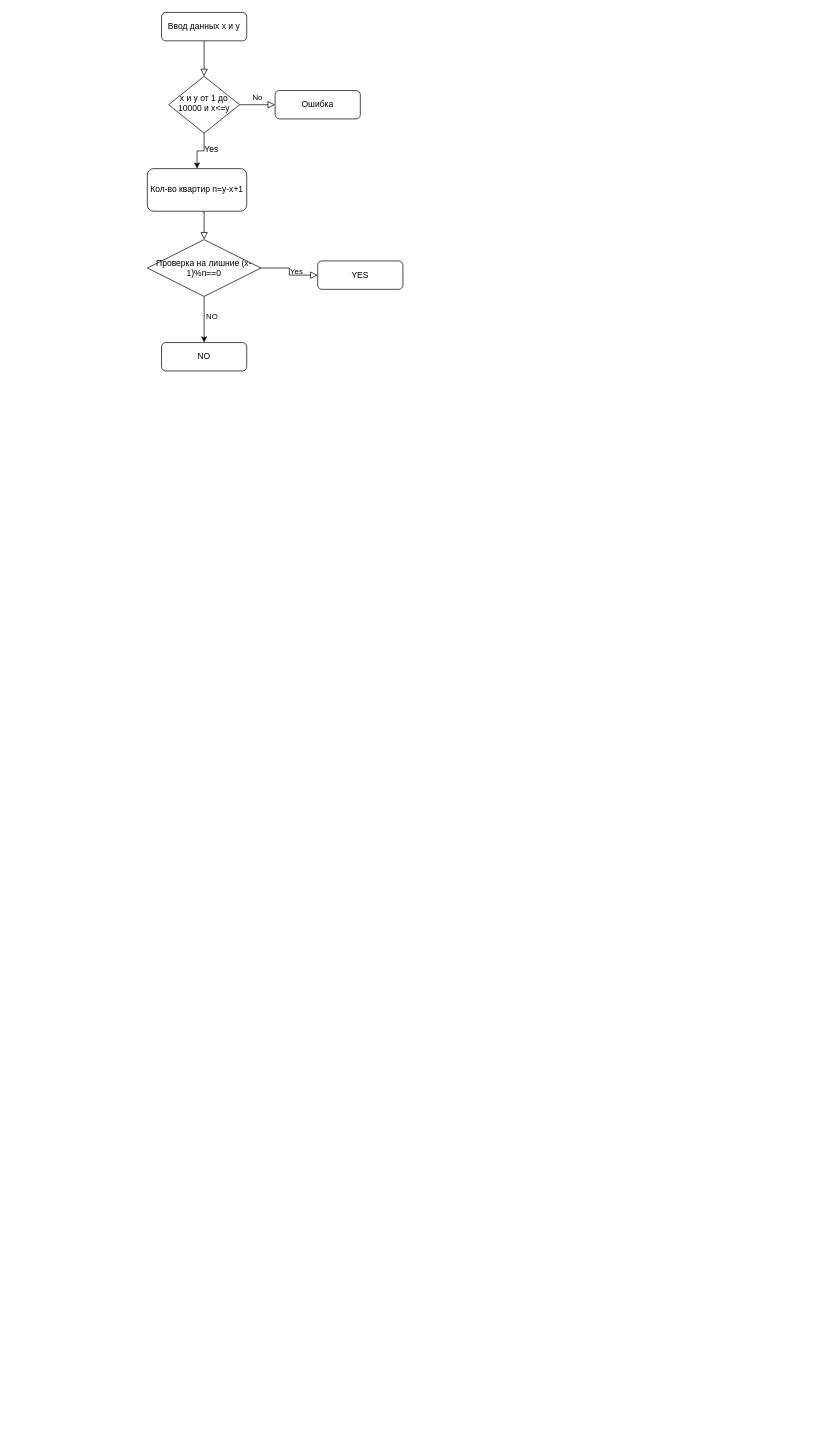
Before: Диаграмма без названия.drawio in DezerMillerW/test-site, a draw.io diagram. Source tidied: cells renumbered, new cells numbered last; positions are measured from the earlier drawing's top-left corner, leaving out a move shared by most shapes. Both pictures are drawn from the tidied source at 71%, with x=0, y=0 at pixel (147, 12).
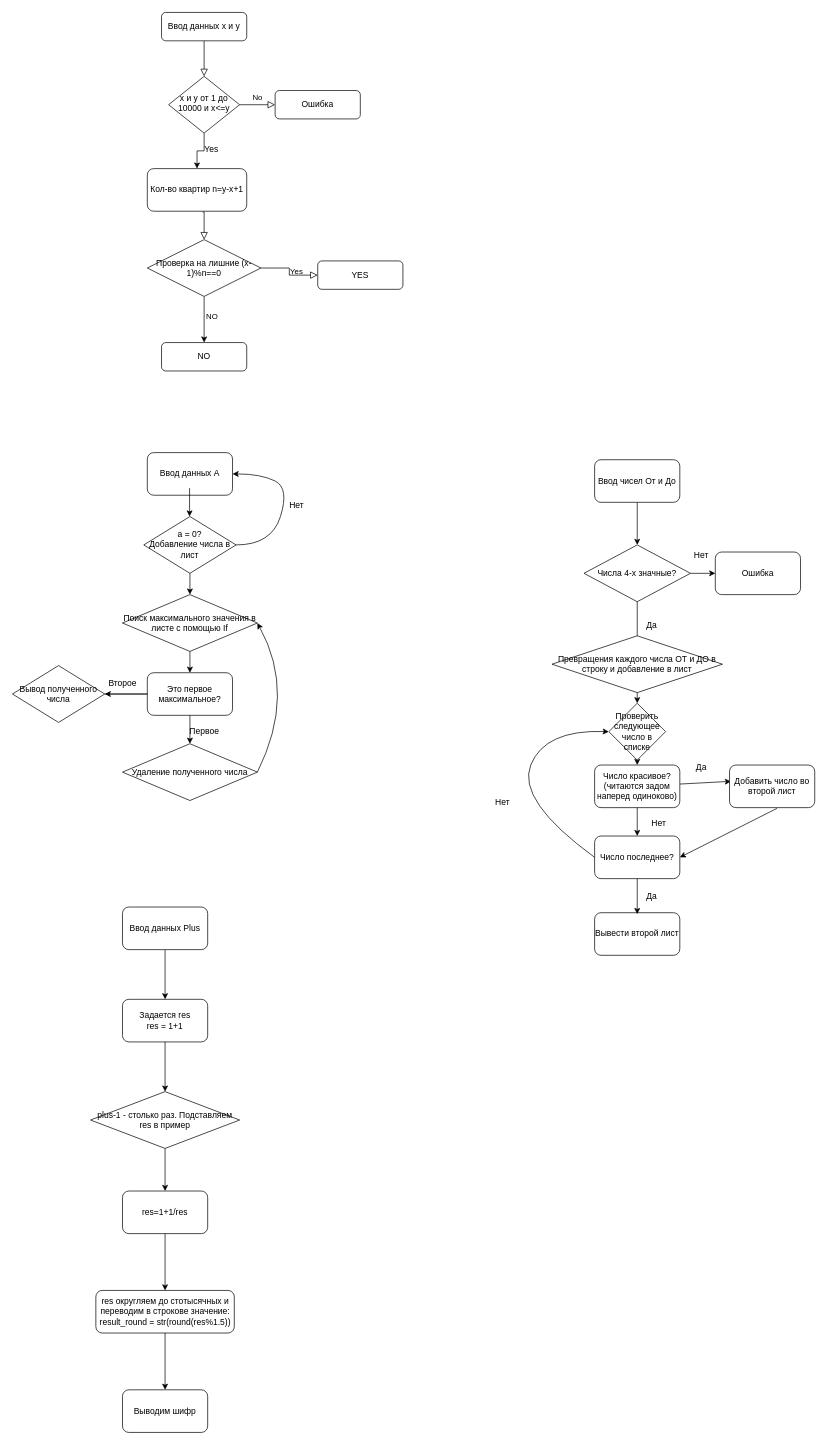
Above is the later version.

The edit, as a diff of the source:
```diff
@@
+    <mxCell id="17" value="Ввод данных А" style="rounded=1;whiteSpace=wrap;html=1;" parent="1" vertex="1">
+      <mxGeometry y="620" width="120" height="60" as="geometry" />
+    </mxCell>
+    <mxCell id="18" value="а = 0?&lt;br&gt;Добавление числа в лист" style="rhombus;whiteSpace=wrap;html=1;" parent="1" vertex="1">
+      <mxGeometry x="-5" y="710" width="130" height="80" as="geometry" />
+    </mxCell>
+    <mxCell id="19" style="curved=1;endArrow=classic;html=1;rounded=0;entryX=1;entryY=0.5;entryDx=0;entryDy=0;" parent="1" edge="1" target="17">
+      <mxGeometry relative="1" as="geometry">
+        <mxPoint x="125" y="750" as="sourcePoint" />
+        <Array as="points">
+          <mxPoint x="175" y="750" />
+          <mxPoint x="200" y="670" />
+          <mxPoint x="160" y="650" />
+        </Array>
+      </mxGeometry>
+    </mxCell>
+    <mxCell id="20" style="endArrow=classic;html=1;rounded=0;" parent="1" edge="1">
+      <mxGeometry relative="1" as="geometry">
+        <mxPoint x="59.5" y="670" as="sourcePoint" />
+        <mxPoint x="59.5" y="710" as="targetPoint" />
+      </mxGeometry>
+    </mxCell>
+    <mxCell id="21" value="Нет" style="text;html=1;align=center;verticalAlign=middle;strokeColor=none;fillColor=none;" parent="1" vertex="1">
+      <mxGeometry x="190" y="680" width="40" height="30" as="geometry" />
+    </mxCell>
+    <mxCell id="22" style="endArrow=classic;html=1;rounded=0;exitX=0.5;exitY=1;exitDx=0;exitDy=0;" parent="1" edge="1" source="18" target="23">
+      <mxGeometry relative="1" as="geometry" />
+    </mxCell>
+    <mxCell id="23" value="Поиск максимального значения в листе с помощью If" style="rhombus;whiteSpace=wrap;html=1;" parent="1" vertex="1">
+      <mxGeometry x="-35" y="820" width="190" height="80" as="geometry" />
+    </mxCell>
+    <mxCell id="24" value="Удаление полученного числа" style="rhombus;whiteSpace=wrap;html=1;" parent="1" vertex="1">
+      <mxGeometry x="-35" y="1030" width="190" height="80" as="geometry" />
+    </mxCell>
+    <mxCell id="25" value="Это первое максимальное?" style="rounded=1;whiteSpace=wrap;html=1;" parent="1" vertex="1">
+      <mxGeometry y="930" width="120" height="60" as="geometry" />
+    </mxCell>
+    <mxCell id="26" style="endArrow=classic;html=1;rounded=0;exitX=0.5;exitY=1;exitDx=0;exitDy=0;entryX=0.5;entryY=0;entryDx=0;entryDy=0;" parent="1" edge="1" source="23" target="25">
+      <mxGeometry relative="1" as="geometry" />
+    </mxCell>
+    <mxCell id="27" style="endArrow=classic;html=1;rounded=0;exitX=0.5;exitY=1;exitDx=0;exitDy=0;entryX=0.5;entryY=0;entryDx=0;entryDy=0;" parent="1" edge="1" source="25" target="24">
+      <mxGeometry relative="1" as="geometry" />
+    </mxCell>
+    <mxCell id="28" style="curved=1;endArrow=classic;html=1;rounded=0;exitX=1;exitY=0.5;exitDx=0;exitDy=0;entryX=1;entryY=0.5;entryDx=0;entryDy=0;" parent="1" edge="1" source="24" target="23">
+      <mxGeometry relative="1" as="geometry">
+        <Array as="points">
+          <mxPoint x="210" y="960" />
+        </Array>
+      </mxGeometry>
+    </mxCell>
+    <mxCell id="29" value="Первое" style="text;html=1;align=center;verticalAlign=middle;strokeColor=none;fillColor=none;" parent="1" vertex="1">
+      <mxGeometry x="45" y="998" width="70" height="30" as="geometry" />
+    </mxCell>
+    <mxCell id="30" value="Вывод полученного числа" style="rhombus;whiteSpace=wrap;html=1;" parent="1" vertex="1">
+      <mxGeometry x="-190" y="920" width="130" height="80" as="geometry" />
+    </mxCell>
+    <mxCell id="31" style="endArrow=classic;html=1;rounded=0;" parent="1" edge="1" source="30">
+      <mxGeometry relative="1" as="geometry">
+        <mxPoint x="-60" y="960" as="targetPoint" />
+        <Array as="points">
+          <mxPoint y="960" />
+        </Array>
+      </mxGeometry>
+    </mxCell>
+    <mxCell id="32" value="Ввод чисел От и До" style="rounded=1;whiteSpace=wrap;html=1;" parent="1" vertex="1">
+      <mxGeometry x="630" y="630" width="120" height="60" as="geometry" />
+    </mxCell>
+    <mxCell id="33" style="endArrow=classic;html=1;rounded=0;exitX=0.5;exitY=1;exitDx=0;exitDy=0;" parent="1" edge="1" source="32">
+      <mxGeometry relative="1" as="geometry">
+        <mxPoint x="690" y="750" as="targetPoint" />
+      </mxGeometry>
+    </mxCell>
+    <mxCell id="34" style="endArrow=classic;html=1;rounded=0;exitX=1;exitY=0.5;exitDx=0;exitDy=0;" parent="1" edge="1" source="35">
+      <mxGeometry relative="1" as="geometry">
+        <mxPoint x="800" y="790" as="targetPoint" />
+      </mxGeometry>
+    </mxCell>
+    <mxCell id="35" value="Числа 4-х значные?" style="rhombus;whiteSpace=wrap;html=1;" parent="1" vertex="1">
+      <mxGeometry x="615" y="750" width="150" height="80" as="geometry" />
+    </mxCell>
+    <mxCell id="36" style="endArrow=classic;html=1;rounded=0;" parent="1" edge="1" source="35">
+      <mxGeometry relative="1" as="geometry">
+        <mxPoint x="690" y="900.7" as="targetPoint" />
+      </mxGeometry>
+    </mxCell>
+    <mxCell id="37" value="Нет" style="text;html=1;align=center;verticalAlign=middle;strokeColor=none;fillColor=none;" parent="1" vertex="1">
+      <mxGeometry x="760" y="750" width="40" height="30" as="geometry" />
+    </mxCell>
+    <mxCell id="38" value="Да" style="text;html=1;align=center;verticalAlign=middle;strokeColor=none;fillColor=none;" parent="1" vertex="1">
+      <mxGeometry x="690" y="848" width="40" height="30" as="geometry" />
+    </mxCell>
+    <mxCell id="39" value="Ошибка" style="rounded=1;whiteSpace=wrap;html=1;" parent="1" vertex="1">
+      <mxGeometry x="800" y="760" width="120" height="60" as="geometry" />
+    </mxCell>
+    <mxCell id="40" value="Превращения каждого числа ОТ и ДО в строку и добавление в лист" style="rhombus;whiteSpace=wrap;html=1;" parent="1" vertex="1">
+      <mxGeometry x="570" y="878" width="240" height="80" as="geometry" />
+    </mxCell>
+    <mxCell id="41" style="endArrow=classic;html=1;rounded=0;exitX=0.5;exitY=1;exitDx=0;exitDy=0;entryX=0.5;entryY=0;entryDx=0;entryDy=0;" parent="1" edge="1" source="40" target="46">
+      <mxGeometry relative="1" as="geometry" />
+    </mxCell>
+    <mxCell id="42" value="Число красивое?(читаются задом наперед одиноково)" style="rounded=1;whiteSpace=wrap;html=1;" parent="1" vertex="1">
+      <mxGeometry x="630" y="1060" width="120" height="60" as="geometry" />
+    </mxCell>
+    <mxCell id="43" style="endArrow=classic;html=1;rounded=0;entryX=0.017;entryY=0.383;entryDx=0;entryDy=0;entryPerimeter=0;" parent="1" edge="1" source="42" target="44">
+      <mxGeometry relative="1" as="geometry" />
+    </mxCell>
+    <mxCell id="44" value="Добавить число во второй лист" style="rounded=1;whiteSpace=wrap;html=1;" parent="1" vertex="1">
+      <mxGeometry x="820" y="1060" width="120" height="60" as="geometry" />
+    </mxCell>
+    <mxCell id="45" value="Число последнее?" style="rounded=1;whiteSpace=wrap;html=1;" parent="1" vertex="1">
+      <mxGeometry x="630" y="1160" width="120" height="60" as="geometry" />
+    </mxCell>
+    <mxCell id="46" value="Проверить следующее число в списке" style="rhombus;whiteSpace=wrap;html=1;" parent="1" vertex="1">
+      <mxGeometry x="650" y="973" width="80" height="80" as="geometry" />
+    </mxCell>
+    <mxCell id="47" style="endArrow=classic;html=1;rounded=0;exitX=0.558;exitY=1.017;exitDx=0;exitDy=0;exitPerimeter=0;entryX=1;entryY=0.5;entryDx=0;entryDy=0;" parent="1" edge="1" source="44" target="45">
+      <mxGeometry relative="1" as="geometry" />
+    </mxCell>
+    <mxCell id="48" style="endArrow=classic;html=1;rounded=0;exitX=0.5;exitY=1;exitDx=0;exitDy=0;entryX=0.5;entryY=0;entryDx=0;entryDy=0;" parent="1" edge="1" source="42" target="45">
+      <mxGeometry relative="1" as="geometry" />
+    </mxCell>
+    <mxCell id="49" style="curved=1;endArrow=classic;html=1;rounded=0;entryX=0;entryY=0.5;entryDx=0;entryDy=0;exitX=0;exitY=0.5;exitDx=0;exitDy=0;" parent="1" edge="1" source="45" target="46">
+      <mxGeometry relative="1" as="geometry">
+        <Array as="points">
+          <mxPoint x="520" y="1110" />
+          <mxPoint x="560" y="1010" />
+        </Array>
+      </mxGeometry>
+    </mxCell>
+    <mxCell id="50" style="endArrow=classic;html=1;rounded=0;exitX=0.5;exitY=1;exitDx=0;exitDy=0;" parent="1" edge="1" source="46" target="42">
+      <mxGeometry relative="1" as="geometry" />
+    </mxCell>
+    <mxCell id="51" value="Да" style="text;html=1;align=center;verticalAlign=middle;strokeColor=none;fillColor=none;" parent="1" vertex="1">
+      <mxGeometry x="760" y="1048" width="40" height="30" as="geometry" />
+    </mxCell>
+    <mxCell id="52" value="Нет" style="text;html=1;align=center;verticalAlign=middle;strokeColor=none;fillColor=none;" parent="1" vertex="1">
+      <mxGeometry x="700" y="1128" width="40" height="30" as="geometry" />
+    </mxCell>
+    <mxCell id="53" value="Нет" style="text;html=1;align=center;verticalAlign=middle;strokeColor=none;fillColor=none;" parent="1" vertex="1">
+      <mxGeometry x="480" y="1098" width="40" height="30" as="geometry" />
+    </mxCell>
+    <mxCell id="54" value="Да" style="text;html=1;align=center;verticalAlign=middle;strokeColor=none;fillColor=none;" parent="1" vertex="1">
+      <mxGeometry x="690" y="1230" width="40" height="30" as="geometry" />
+    </mxCell>
+    <mxCell id="55" value="Вывести второй лист" style="rounded=1;whiteSpace=wrap;html=1;" parent="1" vertex="1">
+      <mxGeometry x="630" y="1268" width="120" height="60" as="geometry" />
+    </mxCell>
+    <mxCell id="56" style="endArrow=classic;html=1;rounded=0;" parent="1" edge="1" source="45">
+      <mxGeometry relative="1" as="geometry">
+        <mxPoint x="690" y="1270" as="targetPoint" />
+      </mxGeometry>
+    </mxCell>
+    <mxCell id="57" value="Второе" style="text;html=1;align=center;verticalAlign=middle;strokeColor=none;fillColor=none;" parent="1" vertex="1">
+      <mxGeometry x="-65" y="930" width="60" height="30" as="geometry" />
+    </mxCell>
+    <mxCell id="58" style="edgeStyle=orthogonalEdgeStyle;rounded=0;jettySize=auto;html=1;" parent="1" edge="1" source="59" target="61">
+      <mxGeometry relative="1" as="geometry" />
+    </mxCell>
+    <mxCell id="59" value="Ввод данных Plus" style="rounded=1;whiteSpace=wrap;html=1;" parent="1" vertex="1">
+      <mxGeometry x="-35" y="1260" width="120" height="60" as="geometry" />
+    </mxCell>
+    <mxCell id="60" style="edgeStyle=orthogonalEdgeStyle;rounded=0;jettySize=auto;html=1;" parent="1" edge="1" source="61" target="63">
+      <mxGeometry relative="1" as="geometry" />
+    </mxCell>
+    <mxCell id="61" value="Задается res&lt;br&gt;res = 1+1" style="rounded=1;whiteSpace=wrap;html=1;" parent="1" vertex="1">
+      <mxGeometry x="-35" y="1390" width="120" height="60" as="geometry" />
+    </mxCell>
+    <mxCell id="62" style="edgeStyle=orthogonalEdgeStyle;rounded=0;jettySize=auto;html=1;" parent="1" edge="1" source="63" target="65">
+      <mxGeometry relative="1" as="geometry" />
+    </mxCell>
+    <mxCell id="63" value="plus-1 - столько раз. Подставляем res в пример" style="rhombus;whiteSpace=wrap;html=1;" parent="1" vertex="1">
+      <mxGeometry x="-80" y="1520" width="210" height="80" as="geometry" />
+    </mxCell>
+    <mxCell id="64" style="edgeStyle=orthogonalEdgeStyle;rounded=0;jettySize=auto;html=1;" parent="1" edge="1" source="65" target="67">
+      <mxGeometry relative="1" as="geometry" />
+    </mxCell>
+    <mxCell id="65" value="res=1+1/res" style="rounded=1;whiteSpace=wrap;html=1;" parent="1" vertex="1">
+      <mxGeometry x="-35" y="1660" width="120" height="60" as="geometry" />
+    </mxCell>
+    <mxCell id="66" style="edgeStyle=orthogonalEdgeStyle;rounded=0;jettySize=auto;html=1;" parent="1" edge="1" source="67" target="68">
+      <mxGeometry relative="1" as="geometry" />
+    </mxCell>
+    <mxCell id="67" value="res округляем до стотысячных и переводим в строкове значение:&lt;br&gt;result_round = str(round(res%1.5))" style="rounded=1;whiteSpace=wrap;html=1;" parent="1" vertex="1">
+      <mxGeometry x="-72.5" y="1800" width="195" height="60" as="geometry" />
+    </mxCell>
+    <mxCell id="68" value="Выводим шифр" style="rounded=1;whiteSpace=wrap;html=1;" parent="1" vertex="1">
+      <mxGeometry x="-35" y="1940" width="120" height="60" as="geometry" />
+    </mxCell>
```
